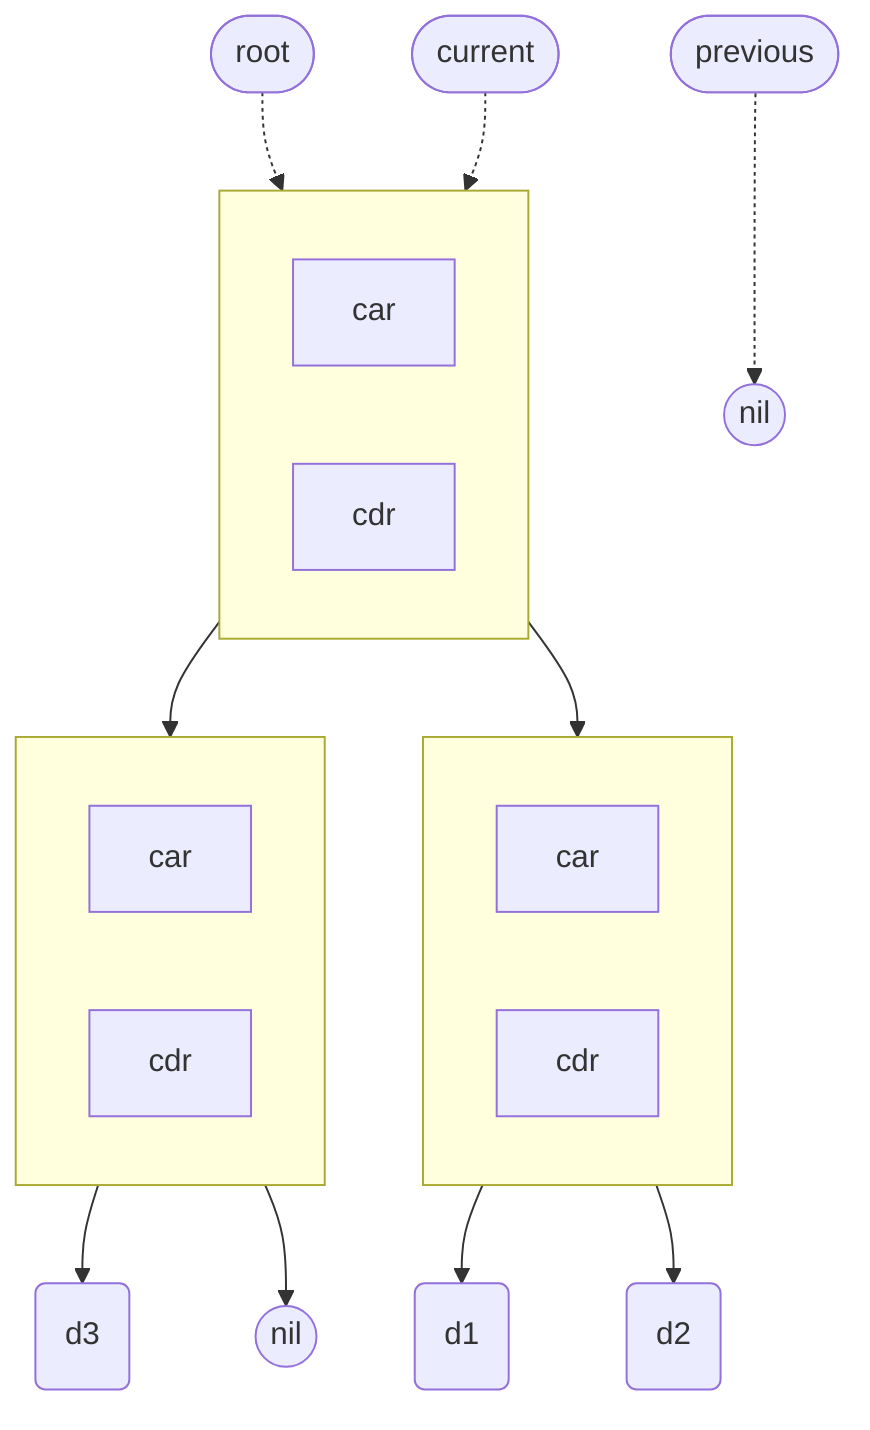
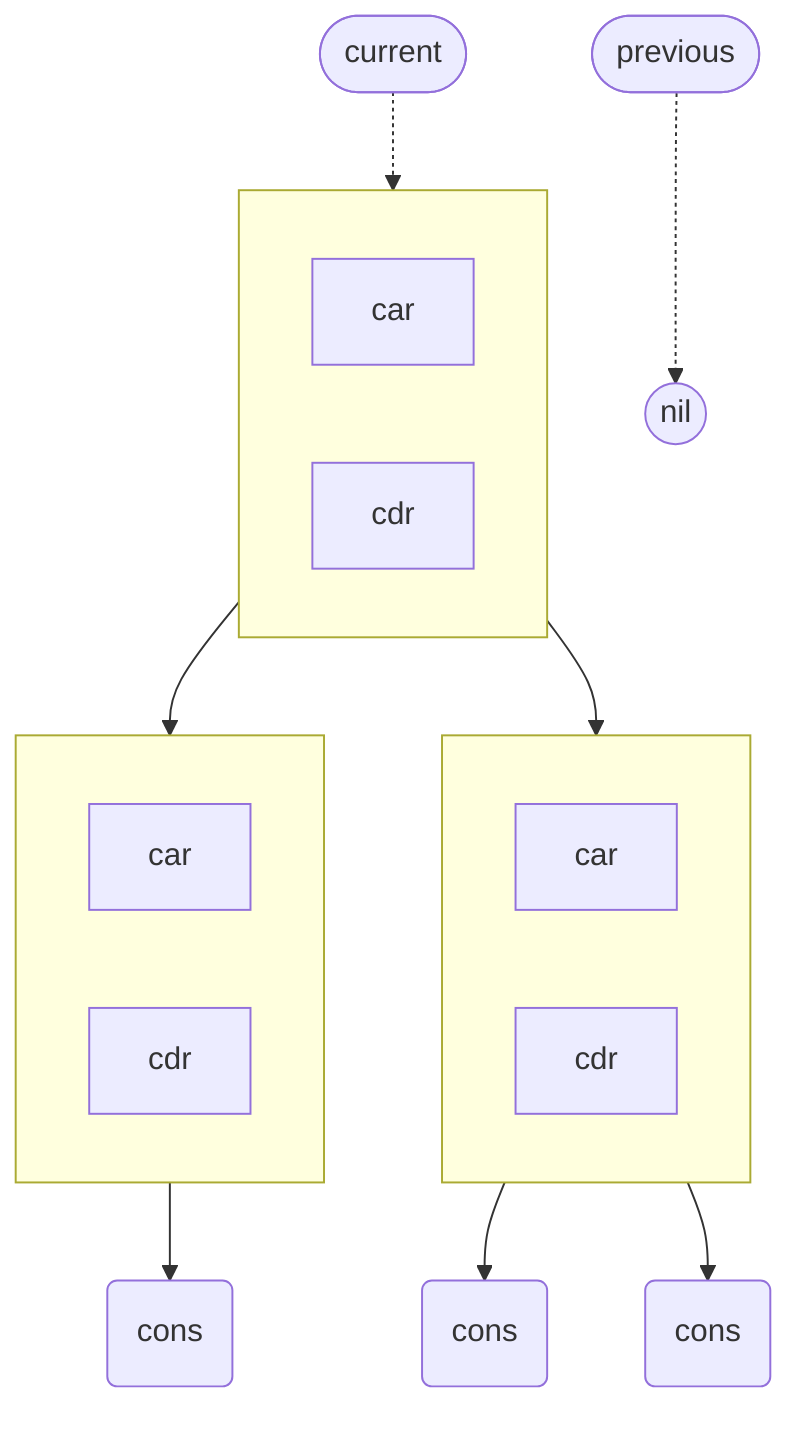
- flowchart TD
-   rt([root]) -.-> a
-   cur([current]):::red -.-> a
-   prev([previous]):::blue -.-> n0((nil))
+ flowchart TB
+   current([current]) -.-> a
+   previous([previous]) -.-> n0((nil))

  subgraph a[" "]
    direction LR
-     a0[car]
-     a1[cdr]
+     a0[car]:::red
+     a1[cdr]:::blue
  end

  subgraph b[" "]
    direction LR
-     b0[car]
-     b1[cdr]
+     b0[car]:::red
+     b1[cdr]:::blue
  end

  subgraph c[" "]
    direction LR
-     c0[car]
-     c1[cdr]
+     c0[car]:::red
+     c1[cdr]:::blue
  end

  a0 --> b
  a1 --> c
-   b0 --> d1(d1)
-   b1 --> d2(d2)
-   c0 --> d3(d3)
-   c1 --> n1((nil))
+   b0 --> d1(cons)
+   b1 --> d2(cons)
+   c0 --> d3(cons)
